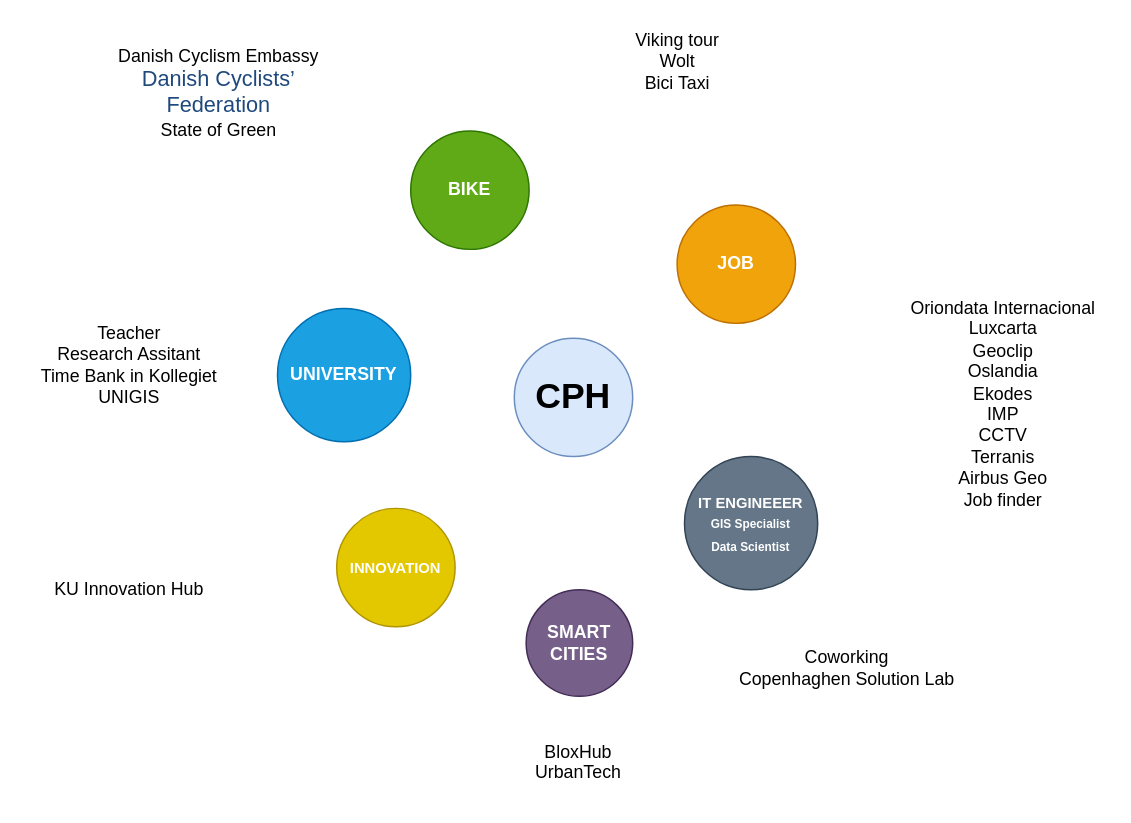
The draw.io diagram Untitled Diagram.drawio in enzopolo/custom-scripts, before the edit. Source tidied: cells renumbered, new cells numbered last; positions are measured from the earlier drawing's top-left corner, leaving out a move shared by most shapes. Both pictures are drawn from the tidied source at 148%, with x=0, y=0 at pixel (25, 25).
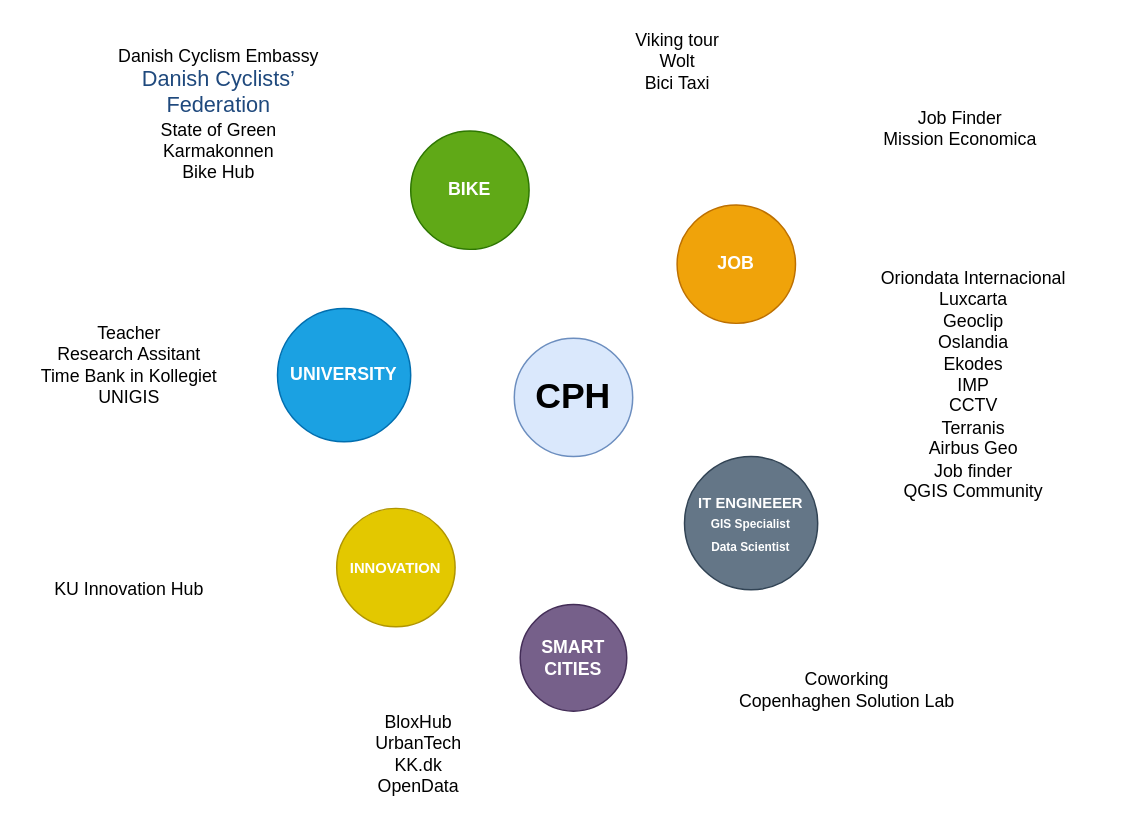
The same diagram, later.

Diff of the diagram source:
```diff
@@
 <mxGraphModel>
   <root>
     <mxCell id="0" />
     <mxCell id="1" parent="0" />
     <mxCell id="2" value="&lt;b&gt;&lt;font style=&quot;font-size: 24px&quot;&gt;CPH&lt;/font&gt;&lt;/b&gt;" style="ellipse;whiteSpace=wrap;html=1;fillColor=#dae8fc;strokeColor=#6c8ebf;" parent="1" vertex="1">
       <mxGeometry x="330" y="211" width="80" height="80" as="geometry" />
     </mxCell>
     <mxCell id="3" value="&lt;b&gt;BIKE&lt;/b&gt;" style="ellipse;whiteSpace=wrap;html=1;fillColor=#60a917;strokeColor=#2D7600;fontColor=#ffffff;" parent="1" vertex="1">
       <mxGeometry x="260" y="71" width="80" height="80" as="geometry" />
     </mxCell>
     <mxCell id="4" value="&lt;b&gt;JOB&lt;/b&gt;" style="ellipse;whiteSpace=wrap;html=1;fillColor=#f0a30a;strokeColor=#BD7000;fontColor=#ffffff;" parent="1" vertex="1">
       <mxGeometry x="440" y="121" width="80" height="80" as="geometry" />
     </mxCell>
     <mxCell id="5" value="&lt;b&gt;&lt;font&gt;&lt;span style=&quot;font-size: 10px&quot;&gt;IT ENGINEEER&lt;/span&gt;&lt;br&gt;&lt;font style=&quot;font-size: 8px&quot;&gt;GIS Specialist&lt;br&gt;Data Scientist&lt;br&gt;&lt;/font&gt;&lt;/font&gt;&lt;/b&gt;" style="ellipse;whiteSpace=wrap;html=1;fillColor=#647687;strokeColor=#314354;fontColor=#ffffff;" parent="1" vertex="1">
       <mxGeometry x="445" y="291" width="90" height="90" as="geometry" />
     </mxCell>
     <mxCell id="6" value="&lt;b&gt;UNIVERSITY&lt;/b&gt;" style="ellipse;whiteSpace=wrap;html=1;fillColor=#1ba1e2;strokeColor=#006EAF;fontColor=#ffffff;" parent="1" vertex="1">
       <mxGeometry x="170" y="191" width="90" height="90" as="geometry" />
     </mxCell>
     <mxCell id="7" value="&lt;font style=&quot;font-size: 10px&quot;&gt;&lt;b&gt;INNOVATION&lt;/b&gt;&lt;/font&gt;" style="ellipse;whiteSpace=wrap;html=1;fillColor=#e3c800;strokeColor=#B09500;fontColor=#ffffff;" parent="1" vertex="1">
       <mxGeometry x="210" y="326" width="80" height="80" as="geometry" />
     </mxCell>
     <mxCell id="8" value="Coworking&lt;br&gt;Copenhaghen Solution Lab" style="text;html=1;strokeColor=none;fillColor=none;align=center;verticalAlign=middle;whiteSpace=wrap;rounded=0;" parent="1" vertex="1">
-      <mxGeometry x="460" y="406" width="190" height="55" as="geometry" />
+      <mxGeometry x="460" y="421" width="190" height="55" as="geometry" />
     </mxCell>
     <mxCell id="9" value="Teacher&lt;br&gt;Research Assitant&lt;br&gt;Time Bank in Kollegiet&lt;br&gt;UNIGIS" style="text;html=1;strokeColor=none;fillColor=none;align=center;verticalAlign=middle;whiteSpace=wrap;rounded=0;" parent="1" vertex="1">
       <mxGeometry y="191" width="140" height="75" as="geometry" />
     </mxCell>
     <mxCell id="10" value="Viking tour&lt;br&gt;Wolt&lt;br&gt;Bici Taxi" style="text;html=1;align=center;verticalAlign=top;spacingTop=-4;" parent="1" vertex="1">
       <mxGeometry x="405" width="70" height="40" as="geometry" />
     </mxCell>
-    <mxCell id="11" value="Oriondata Internacional&lt;br&gt;Luxcarta&lt;br&gt;Geoclip&lt;br&gt;Oslandia&lt;br&gt;Ekodes&lt;br&gt;IMP&lt;br&gt;CCTV&lt;br&gt;Terranis&lt;br&gt;Airbus Geo&lt;br&gt;Job finder" style="text;html=1;align=center;verticalAlign=top;spacingTop=-4;" parent="1" vertex="1">
-      <mxGeometry x="590" y="181" width="140" height="140" as="geometry" />
+    <mxCell id="11" value="Oriondata Internacional&lt;br&gt;Luxcarta&lt;br&gt;Geoclip&lt;br&gt;Oslandia&lt;br&gt;Ekodes&lt;br&gt;IMP&lt;br&gt;CCTV&lt;br&gt;Terranis&lt;br&gt;Airbus Geo&lt;br&gt;Job finder&lt;br&gt;QGIS Community" style="text;html=1;align=center;verticalAlign=top;spacingTop=-4;" parent="1" vertex="1">
+      <mxGeometry x="570" y="161" width="140" height="150" as="geometry" />
     </mxCell>
     <mxCell id="12" value="KU Innovation Hub" style="text;html=1;strokeColor=none;fillColor=none;align=center;verticalAlign=middle;whiteSpace=wrap;rounded=0;" parent="1" vertex="1">
       <mxGeometry x="10" y="371" width="120" height="20" as="geometry" />
     </mxCell>
-    <mxCell id="13" value="Danish Cyclism Embassy&lt;br&gt;&lt;span style=&quot;color: rgb(31 , 73 , 125) ; font-family: &amp;#34;calibri&amp;#34; , sans-serif ; font-size: 14.6667px ; white-space: normal ; background-color: rgb(255 , 255 , 255)&quot;&gt;Danish Cyclists’ Federation&lt;/span&gt;&lt;br&gt;State of Green" style="text;html=1;align=center;verticalAlign=top;spacingTop=-4;" parent="1" vertex="1">
-      <mxGeometry x="45" y="11" width="170" height="40" as="geometry" />
+    <mxCell id="13" value="Danish Cyclism Embassy&lt;br&gt;&lt;span style=&quot;color: rgb(31 , 73 , 125) ; font-family: &amp;#34;calibri&amp;#34; , sans-serif ; font-size: 14.6667px ; white-space: normal ; background-color: rgb(255 , 255 , 255)&quot;&gt;Danish Cyclists’ Federation&lt;/span&gt;&lt;br&gt;State of Green&lt;br&gt;Karmakonnen&lt;br&gt;Bike Hub" style="text;html=1;align=center;verticalAlign=top;spacingTop=-4;" parent="1" vertex="1">
+      <mxGeometry x="45" y="11" width="170" height="70" as="geometry" />
     </mxCell>
     <mxCell id="14" value="&lt;b&gt;SMART CITIES&lt;/b&gt;" style="ellipse;whiteSpace=wrap;html=1;fillColor=#76608a;strokeColor=#432D57;fontColor=#ffffff;" parent="1" vertex="1">
-      <mxGeometry x="338" y="381" width="72" height="72" as="geometry" />
+      <mxGeometry x="334" y="391" width="72" height="72" as="geometry" />
     </mxCell>
-    <mxCell id="15" value="BloxHub&lt;br&gt;UrbanTech" style="text;html=1;align=center;verticalAlign=top;spacingTop=-4;" parent="1" vertex="1">
-      <mxGeometry x="338" y="481" width="70" height="30" as="geometry" />
+    <mxCell id="15" value="BloxHub&lt;br&gt;UrbanTech&lt;br&gt;KK.dk&lt;br&gt;OpenData" style="text;html=1;align=center;verticalAlign=top;spacingTop=-4;" parent="1" vertex="1">
+      <mxGeometry x="230" y="461" width="70" height="60" as="geometry" />
     </mxCell>
+    <mxCell id="16" value="Job Finder&lt;br&gt;Mission Economica" style="text;html=1;align=center;verticalAlign=top;spacingTop=-4;" parent="1" vertex="1">
+      <mxGeometry x="571" y="53" width="120" height="30" as="geometry" />
+    </mxCell>
   </root>
 </mxGraphModel>
```
